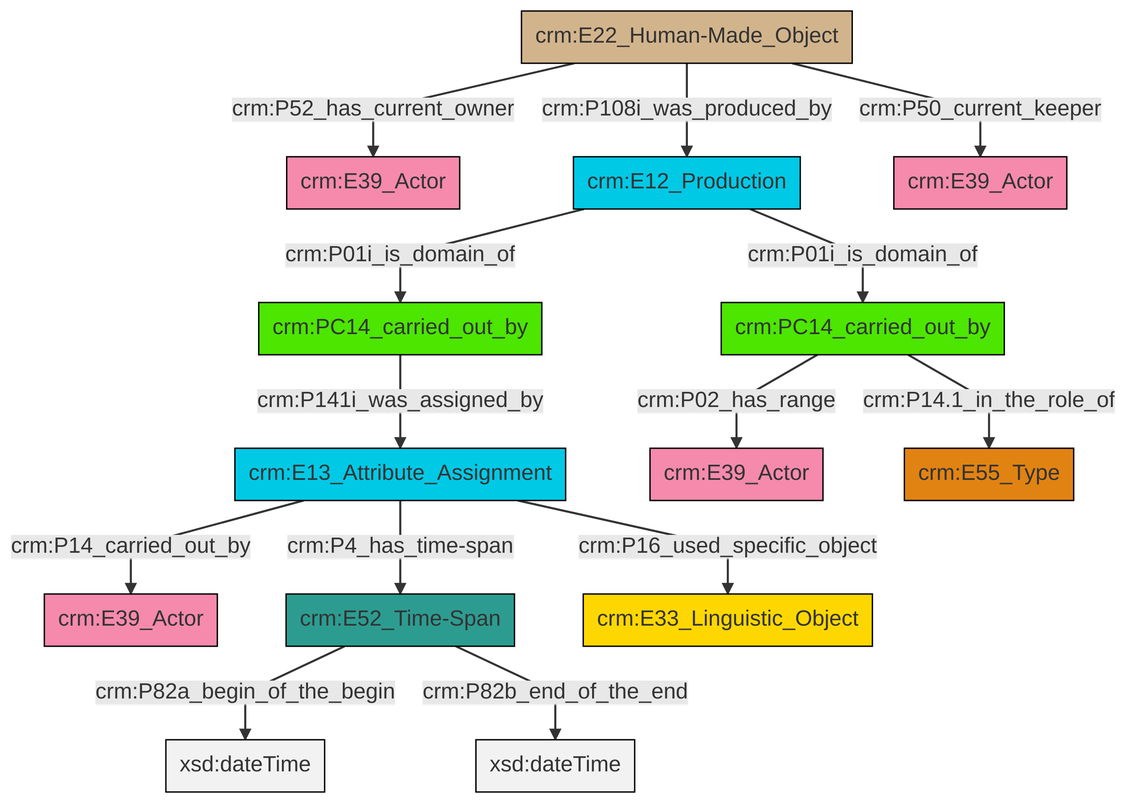
The Mermaid diagram et/carrierCSV/ttl/mmd/png/carrier_relations.png in swiss-art-research-net/docs.swissartresearch, before a commit. Its source is kept beside it as et/carrierCSV/ttl/mmd/carrier_relations.ttl.mmd.
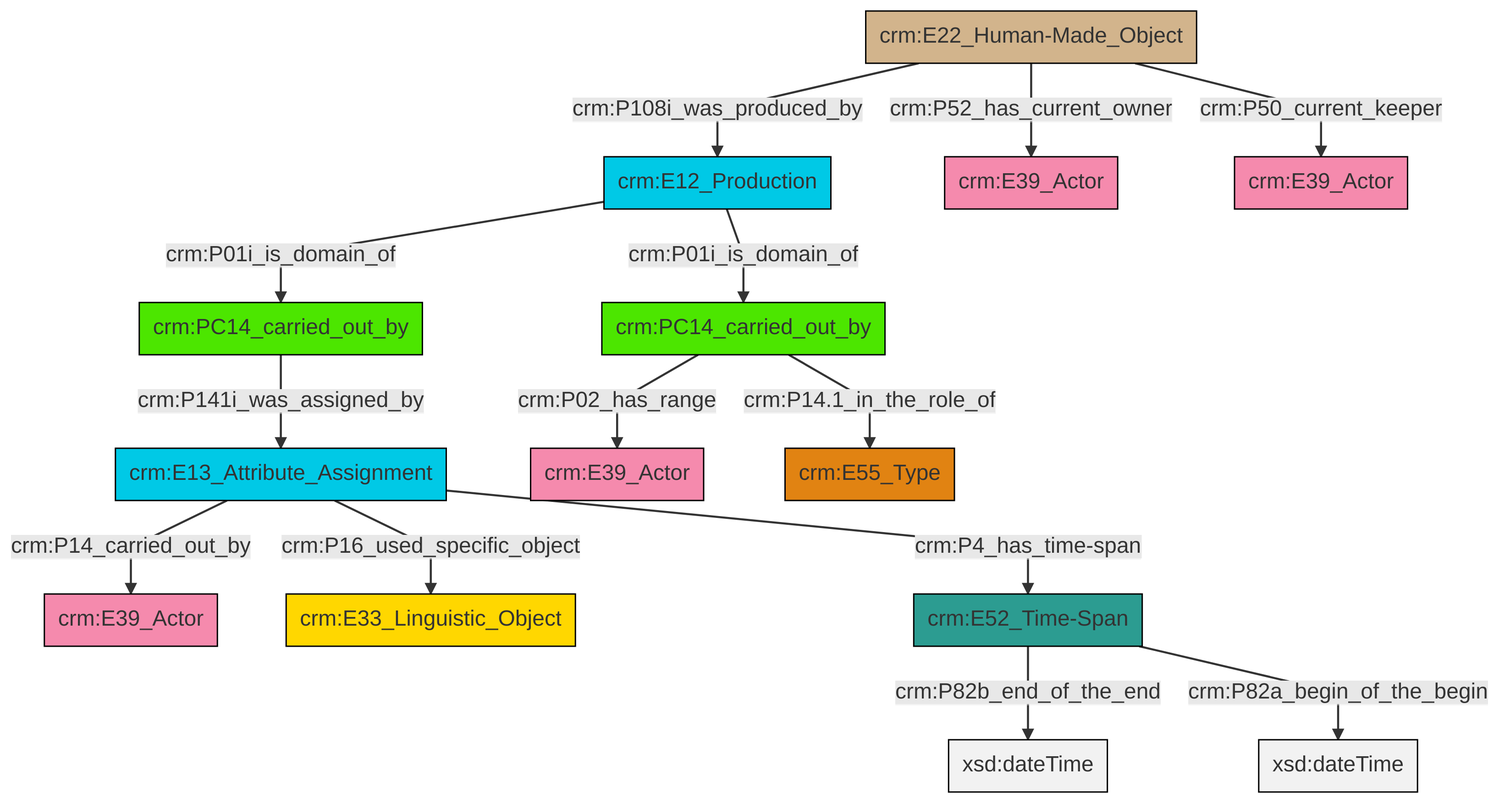
The same file after the commit.

Change to the diagram source:
```diff
@@ -13,16 +13,16 @@
 classDef PC_Classes fill:#4ce600, stroke:#000000;
 classDef Multi fill:#cccccc,stroke:#000000;
 
-2["crm:E13_Attribute_Assignment"]:::Temporal_Entity -->|crm:P14_carried_out_by| 3["crm:E39_Actor"]:::Actor
-4["crm:PC14_carried_out_by"]:::PC_Classes -->|crm:P141i_was_assigned_by| 2["crm:E13_Attribute_Assignment"]:::Temporal_Entity
-6["crm:E22_Human-Made_Object"]:::Physical_Thing -->|crm:P108i_was_produced_by| 7["crm:E12_Production"]:::Temporal_Entity
-8["crm:E52_Time-Span"]:::Time-Span -->|crm:P82a_begin_of_the_begin| 10[xsd:dateTime]:::Literal
-11["crm:PC14_carried_out_by"]:::PC_Classes -->|crm:P02_has_range| 12["crm:E39_Actor"]:::Actor
-11["crm:PC14_carried_out_by"]:::PC_Classes -->|crm:P14.1_in_the_role_of| 13["crm:E55_Type"]:::Type
-6["crm:E22_Human-Made_Object"]:::Physical_Thing -->|crm:P52_has_current_owner| 0["crm:E39_Actor"]:::Actor
-7["crm:E12_Production"]:::Temporal_Entity -->|crm:P01i_is_domain_of| 11["crm:PC14_carried_out_by"]:::PC_Classes
-6["crm:E22_Human-Made_Object"]:::Physical_Thing -->|crm:P50_current_keeper| 23["crm:E39_Actor"]:::Actor
-2["crm:E13_Attribute_Assignment"]:::Temporal_Entity -->|crm:P4_has_time-span| 8["crm:E52_Time-Span"]:::Time-Span
-8["crm:E52_Time-Span"]:::Time-Span -->|crm:P82b_end_of_the_end| 25[xsd:dateTime]:::Literal
-2["crm:E13_Attribute_Assignment"]:::Temporal_Entity -->|crm:P16_used_specific_object| 21["crm:E33_Linguistic_Object"]:::Conceptual_Object
-7["crm:E12_Production"]:::Temporal_Entity -->|crm:P01i_is_domain_of| 4["crm:PC14_carried_out_by"]:::PC_Classes
+0["crm:E13_Attribute_Assignment"]:::Temporal_Entity -->|crm:P14_carried_out_by| 1["crm:E39_Actor"]:::Actor
+4["crm:E22_Human-Made_Object"]:::Physical_Thing -->|crm:P108i_was_produced_by| 5["crm:E12_Production"]:::Temporal_Entity
+6["crm:PC14_carried_out_by"]:::PC_Classes -->|crm:P141i_was_assigned_by| 0["crm:E13_Attribute_Assignment"]:::Temporal_Entity
+4["crm:E22_Human-Made_Object"]:::Physical_Thing -->|crm:P52_has_current_owner| 9["crm:E39_Actor"]:::Actor
+5["crm:E12_Production"]:::Temporal_Entity -->|crm:P01i_is_domain_of| 12["crm:PC14_carried_out_by"]:::PC_Classes
+12["crm:PC14_carried_out_by"]:::PC_Classes -->|crm:P02_has_range| 13["crm:E39_Actor"]:::Actor
+0["crm:E13_Attribute_Assignment"]:::Temporal_Entity -->|crm:P4_has_time-span| 14["crm:E52_Time-Span"]:::Time-Span
+4["crm:E22_Human-Made_Object"]:::Physical_Thing -->|crm:P50_current_keeper| 16["crm:E39_Actor"]:::Actor
+12["crm:PC14_carried_out_by"]:::PC_Classes -->|crm:P14.1_in_the_role_of| 18["crm:E55_Type"]:::Type
+14["crm:E52_Time-Span"]:::Time-Span -->|crm:P82b_end_of_the_end| 22[xsd:dateTime]:::Literal
+0["crm:E13_Attribute_Assignment"]:::Temporal_Entity -->|crm:P16_used_specific_object| 2["crm:E33_Linguistic_Object"]:::Conceptual_Object
+5["crm:E12_Production"]:::Temporal_Entity -->|crm:P01i_is_domain_of| 6["crm:PC14_carried_out_by"]:::PC_Classes
+14["crm:E52_Time-Span"]:::Time-Span -->|crm:P82a_begin_of_the_begin| 25[xsd:dateTime]:::Literal
```
